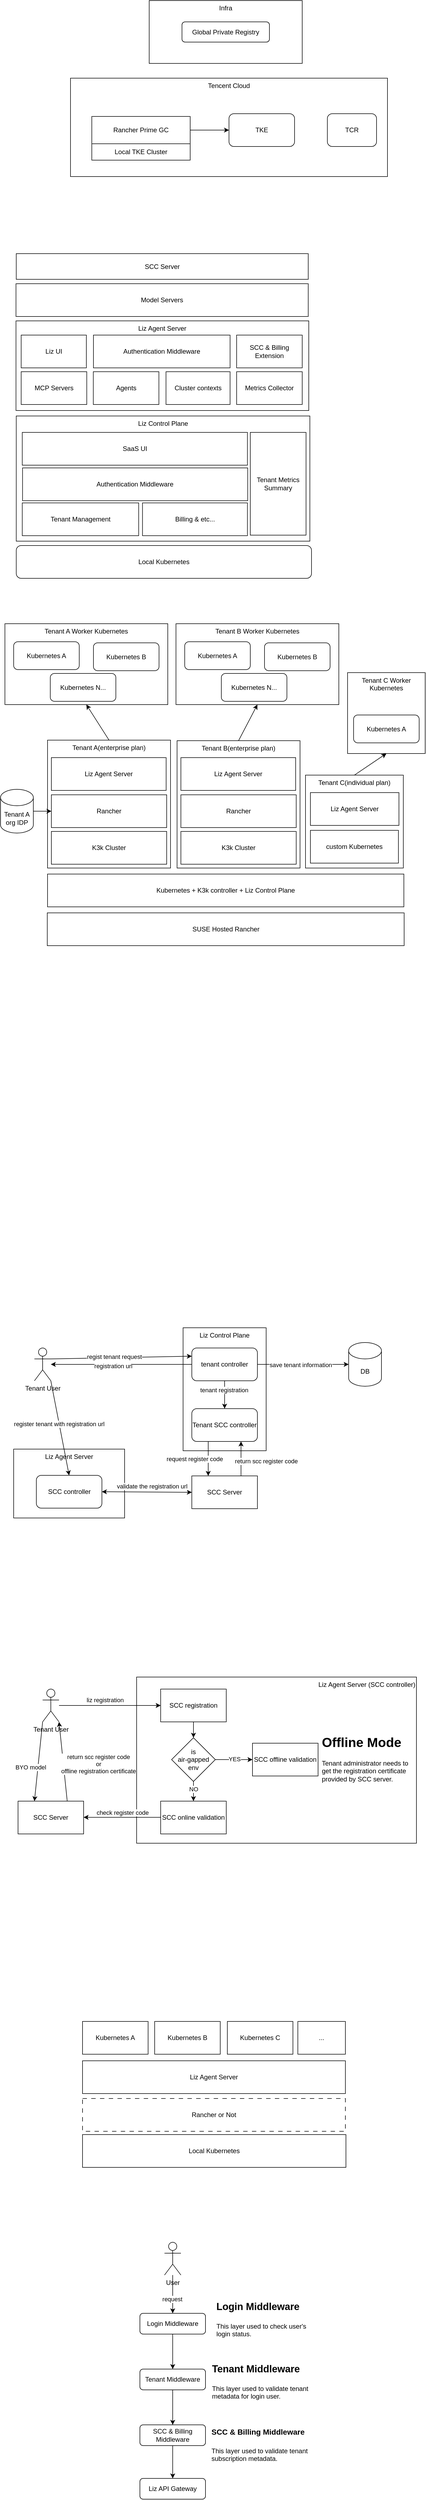
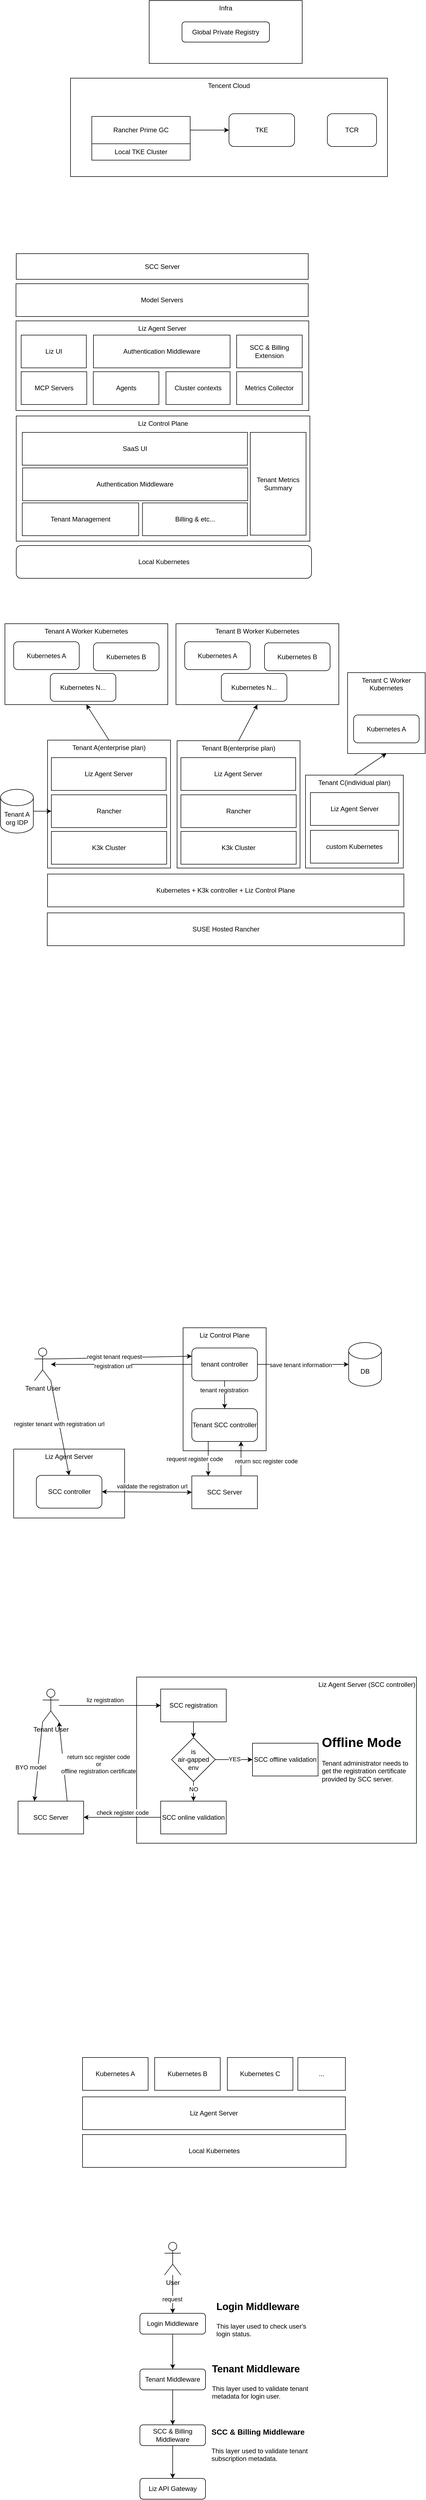
<mxfile host="app.diagrams.net">
  <diagram name="第 1 页" id="-o6fkq58jc32N0mm90GY">
-     <mxGraphModel dx="943" dy="554" grid="0" gridSize="10" guides="1" tooltips="1" connect="1" arrows="1" fold="1" page="1" pageScale="1" pageWidth="827" pageHeight="1169" math="0" shadow="0">
+     <mxGraphModel dx="611" dy="373" grid="0" gridSize="10" guides="1" tooltips="1" connect="1" arrows="1" fold="1" page="1" pageScale="1" pageWidth="827" pageHeight="1169" math="0" shadow="0">
      <root>
        <mxCell id="0" />
        <mxCell id="1" parent="0" />
        <mxCell id="UOzjFvlssb82cC_UnOf5-128" parent="1" style="rounded=0;whiteSpace=wrap;html=1;verticalAlign=top;align=right;" value="Liz Agent Server (SCC controller)" vertex="1">
          <mxGeometry height="304" width="512" x="261" y="3155" as="geometry" />
        </mxCell>
        <mxCell id="UOzjFvlssb82cC_UnOf5-105" parent="1" style="rounded=0;whiteSpace=wrap;html=1;verticalAlign=top;" value="Liz Control Plane" vertex="1">
          <mxGeometry height="225" width="152" x="346" y="2516" as="geometry" />
        </mxCell>
        <mxCell id="UOzjFvlssb82cC_UnOf5-2" parent="1" style="rounded=0;whiteSpace=wrap;html=1;verticalAlign=top;" value="Liz Control Plane" vertex="1">
          <mxGeometry height="229" width="537.25" x="40.75" y="848" as="geometry" />
        </mxCell>
        <mxCell id="UOzjFvlssb82cC_UnOf5-28" parent="1" style="rounded=0;whiteSpace=wrap;html=1;verticalAlign=top;" value="Tenant A Worker Kubernetes" vertex="1">
          <mxGeometry height="148" width="298" x="20" y="1228" as="geometry" />
        </mxCell>
        <mxCell id="HVzKjzn857pLYwHyIbN3-3" parent="1" style="rounded=0;whiteSpace=wrap;html=1;verticalAlign=top;" value="Tencent Cloud" vertex="1">
          <mxGeometry height="180" width="580" x="140" y="230" as="geometry" />
        </mxCell>
        <mxCell id="HVzKjzn857pLYwHyIbN3-6" parent="1" style="rounded=0;whiteSpace=wrap;html=1;verticalAlign=top;" value="Infra" vertex="1">
          <mxGeometry height="115" width="280" x="284" y="88" as="geometry" />
        </mxCell>
        <mxCell id="HVzKjzn857pLYwHyIbN3-1" parent="1" style="rounded=0;whiteSpace=wrap;html=1;" value="Rancher Prime GC" vertex="1">
          <mxGeometry height="50" width="180" x="179" y="300" as="geometry" />
        </mxCell>
        <mxCell id="HVzKjzn857pLYwHyIbN3-2" parent="1" style="rounded=1;whiteSpace=wrap;html=1;" value="Global Private Registry" vertex="1">
          <mxGeometry height="37" width="160" x="344" y="127" as="geometry" />
        </mxCell>
        <mxCell id="HVzKjzn857pLYwHyIbN3-4" parent="1" style="rounded=1;whiteSpace=wrap;html=1;" value="TKE" vertex="1">
          <mxGeometry height="60" width="120" x="430" y="295" as="geometry" />
        </mxCell>
        <mxCell id="HVzKjzn857pLYwHyIbN3-5" parent="1" style="rounded=1;whiteSpace=wrap;html=1;" value="TCR" vertex="1">
          <mxGeometry height="60" width="90" x="610" y="295" as="geometry" />
        </mxCell>
        <mxCell id="HVzKjzn857pLYwHyIbN3-7" parent="1" style="rounded=0;whiteSpace=wrap;html=1;" value="Local TKE Cluster" vertex="1">
          <mxGeometry height="30" width="180" x="179" y="350" as="geometry" />
        </mxCell>
        <mxCell id="HVzKjzn857pLYwHyIbN3-10" edge="1" parent="1" source="HVzKjzn857pLYwHyIbN3-1" style="endArrow=classic;html=1;rounded=0;exitX=1;exitY=0.5;exitDx=0;exitDy=0;entryX=0;entryY=0.5;entryDx=0;entryDy=0;" target="HVzKjzn857pLYwHyIbN3-4" value="">
          <mxGeometry height="50" relative="1" width="50" as="geometry">
            <mxPoint x="320" y="330" as="sourcePoint" />
            <mxPoint x="370" y="280" as="targetPoint" />
          </mxGeometry>
        </mxCell>
        <mxCell id="UOzjFvlssb82cC_UnOf5-1" parent="1" style="rounded=0;whiteSpace=wrap;html=1;" value="SaaS UI" vertex="1">
          <mxGeometry height="60" width="412" x="51.75" y="878" as="geometry" />
        </mxCell>
        <mxCell id="UOzjFvlssb82cC_UnOf5-3" parent="1" style="rounded=0;whiteSpace=wrap;html=1;" value="Authentication Middleware" vertex="1">
          <mxGeometry height="60" width="412" x="52.25" y="943" as="geometry" />
        </mxCell>
        <mxCell id="UOzjFvlssb82cC_UnOf5-4" parent="1" style="rounded=1;whiteSpace=wrap;html=1;" value="Local Kubernetes" vertex="1">
          <mxGeometry height="60" width="540.25" x="40.75" y="1085" as="geometry" />
        </mxCell>
        <mxCell id="UOzjFvlssb82cC_UnOf5-13" parent="1" style="rounded=0;whiteSpace=wrap;html=1;" value="SUSE Hosted Rancher" vertex="1">
          <mxGeometry height="60" width="653" x="97.5" y="1757" as="geometry" />
        </mxCell>
        <mxCell id="UOzjFvlssb82cC_UnOf5-14" parent="1" style="rounded=0;whiteSpace=wrap;html=1;" value="Kubernetes + K3k controller + Liz Control Plane" vertex="1">
          <mxGeometry height="60" width="652" x="98" y="1686" as="geometry" />
        </mxCell>
        <mxCell id="UOzjFvlssb82cC_UnOf5-15" parent="1" style="rounded=0;whiteSpace=wrap;html=1;verticalAlign=top;" value="Tenant A(enterprise plan)" vertex="1">
          <mxGeometry height="234" width="225" x="98" y="1441" as="geometry" />
        </mxCell>
        <mxCell id="UOzjFvlssb82cC_UnOf5-16" parent="1" style="rounded=0;whiteSpace=wrap;html=1;" value="K3k Cluster" vertex="1">
          <mxGeometry height="60" width="211" x="105" y="1608" as="geometry" />
        </mxCell>
        <mxCell id="UOzjFvlssb82cC_UnOf5-17" parent="1" style="rounded=0;whiteSpace=wrap;html=1;" value="Rancher" vertex="1">
          <mxGeometry height="60" width="211" x="105" y="1541" as="geometry" />
        </mxCell>
        <mxCell id="UOzjFvlssb82cC_UnOf5-18" parent="1" style="rounded=0;whiteSpace=wrap;html=1;verticalAlign=top;" value="Tenant B(enterprise plan)" vertex="1">
          <mxGeometry height="233" width="225" x="335" y="1442" as="geometry" />
        </mxCell>
        <mxCell id="UOzjFvlssb82cC_UnOf5-19" parent="1" style="rounded=0;whiteSpace=wrap;html=1;" value="K3k Cluster" vertex="1">
          <mxGeometry height="60" width="211" x="342" y="1608" as="geometry" />
        </mxCell>
        <mxCell id="UOzjFvlssb82cC_UnOf5-20" parent="1" style="rounded=0;whiteSpace=wrap;html=1;" value="Rancher" vertex="1">
          <mxGeometry height="60" width="211" x="342" y="1541" as="geometry" />
        </mxCell>
        <mxCell id="UOzjFvlssb82cC_UnOf5-21" parent="1" style="rounded=0;whiteSpace=wrap;html=1;verticalAlign=top;" value="Tenant C(individual plan)" vertex="1">
          <mxGeometry height="170" width="179" x="570" y="1505" as="geometry" />
        </mxCell>
        <mxCell id="UOzjFvlssb82cC_UnOf5-22" parent="1" style="rounded=0;whiteSpace=wrap;html=1;" value="Liz Agent Server" vertex="1">
          <mxGeometry height="60" width="210" x="105" y="1473" as="geometry" />
        </mxCell>
        <mxCell id="UOzjFvlssb82cC_UnOf5-23" parent="1" style="rounded=0;whiteSpace=wrap;html=1;" value="Liz Agent Server" vertex="1">
          <mxGeometry height="60" width="210" x="342" y="1473" as="geometry" />
        </mxCell>
        <mxCell id="UOzjFvlssb82cC_UnOf5-24" parent="1" style="rounded=0;whiteSpace=wrap;html=1;" value="custom Kubernetes" vertex="1">
          <mxGeometry height="60" width="161" x="579" y="1606" as="geometry" />
        </mxCell>
        <mxCell id="UOzjFvlssb82cC_UnOf5-25" parent="1" style="rounded=0;whiteSpace=wrap;html=1;" value="Liz Agent Server" vertex="1">
          <mxGeometry height="60" width="162" x="579" y="1537" as="geometry" />
        </mxCell>
        <mxCell id="UOzjFvlssb82cC_UnOf5-26" parent="1" style="rounded=1;whiteSpace=wrap;html=1;" value="Kubernetes A" vertex="1">
          <mxGeometry height="51" width="120" x="36" y="1261" as="geometry" />
        </mxCell>
        <mxCell id="UOzjFvlssb82cC_UnOf5-27" parent="1" style="rounded=1;whiteSpace=wrap;html=1;" value="Kubernetes B" vertex="1">
          <mxGeometry height="51" width="120" x="182" y="1263" as="geometry" />
        </mxCell>
        <mxCell id="UOzjFvlssb82cC_UnOf5-29" parent="1" style="rounded=1;whiteSpace=wrap;html=1;" value="Kubernetes N..." vertex="1">
          <mxGeometry height="51" width="120" x="103" y="1319" as="geometry" />
        </mxCell>
        <mxCell id="UOzjFvlssb82cC_UnOf5-30" parent="1" style="rounded=0;whiteSpace=wrap;html=1;verticalAlign=top;" value="Tenant B Worker Kubernetes" vertex="1">
          <mxGeometry height="148" width="298" x="333" y="1228" as="geometry" />
        </mxCell>
        <mxCell id="UOzjFvlssb82cC_UnOf5-31" parent="1" style="rounded=1;whiteSpace=wrap;html=1;" value="Kubernetes A" vertex="1">
          <mxGeometry height="51" width="120" x="349" y="1261" as="geometry" />
        </mxCell>
        <mxCell id="UOzjFvlssb82cC_UnOf5-32" parent="1" style="rounded=1;whiteSpace=wrap;html=1;" value="Kubernetes B" vertex="1">
          <mxGeometry height="51" width="120" x="495" y="1263" as="geometry" />
        </mxCell>
        <mxCell id="UOzjFvlssb82cC_UnOf5-33" parent="1" style="rounded=1;whiteSpace=wrap;html=1;" value="Kubernetes N..." vertex="1">
          <mxGeometry height="51" width="120" x="416" y="1319" as="geometry" />
        </mxCell>
        <mxCell id="UOzjFvlssb82cC_UnOf5-34" parent="1" style="rounded=0;whiteSpace=wrap;html=1;verticalAlign=top;" value="Tenant C Worker Kubernetes" vertex="1">
          <mxGeometry height="148" width="142" x="647" y="1317.5" as="geometry" />
        </mxCell>
        <mxCell id="UOzjFvlssb82cC_UnOf5-35" parent="1" style="rounded=1;whiteSpace=wrap;html=1;" value="Kubernetes A" vertex="1">
          <mxGeometry height="51" width="120" x="658" y="1395" as="geometry" />
        </mxCell>
        <mxCell id="UOzjFvlssb82cC_UnOf5-36" parent="1" style="shape=cylinder3;whiteSpace=wrap;html=1;boundedLbl=1;backgroundOutline=1;size=15;" value="Tenant A org IDP" vertex="1">
          <mxGeometry height="80" width="60" x="12" y="1531" as="geometry" />
        </mxCell>
        <mxCell id="UOzjFvlssb82cC_UnOf5-37" edge="1" parent="1" source="UOzjFvlssb82cC_UnOf5-36" style="endArrow=classic;html=1;rounded=0;exitX=1;exitY=0.5;exitDx=0;exitDy=0;exitPerimeter=0;entryX=0;entryY=0.5;entryDx=0;entryDy=0;" target="UOzjFvlssb82cC_UnOf5-17" value="">
          <mxGeometry height="50" relative="1" width="50" as="geometry">
            <mxPoint x="84" y="1510" as="sourcePoint" />
            <mxPoint x="134" y="1460" as="targetPoint" />
          </mxGeometry>
        </mxCell>
        <mxCell id="UOzjFvlssb82cC_UnOf5-38" edge="1" parent="1" source="UOzjFvlssb82cC_UnOf5-15" style="endArrow=classic;html=1;rounded=0;exitX=0.5;exitY=0;exitDx=0;exitDy=0;entryX=0.5;entryY=1;entryDx=0;entryDy=0;" target="UOzjFvlssb82cC_UnOf5-28" value="">
          <mxGeometry height="50" relative="1" width="50" as="geometry">
            <mxPoint x="28" y="1479" as="sourcePoint" />
            <mxPoint x="78" y="1429" as="targetPoint" />
          </mxGeometry>
        </mxCell>
        <mxCell id="UOzjFvlssb82cC_UnOf5-39" edge="1" parent="1" source="UOzjFvlssb82cC_UnOf5-18" style="endArrow=classic;html=1;rounded=0;exitX=0.5;exitY=0;exitDx=0;exitDy=0;entryX=0.5;entryY=1;entryDx=0;entryDy=0;" target="UOzjFvlssb82cC_UnOf5-30" value="">
          <mxGeometry height="50" relative="1" width="50" as="geometry">
            <mxPoint x="444" y="1428" as="sourcePoint" />
            <mxPoint x="494" y="1378" as="targetPoint" />
          </mxGeometry>
        </mxCell>
        <mxCell id="UOzjFvlssb82cC_UnOf5-40" edge="1" parent="1" source="UOzjFvlssb82cC_UnOf5-21" style="endArrow=classic;html=1;rounded=0;exitX=0.5;exitY=0;exitDx=0;exitDy=0;entryX=0.5;entryY=1;entryDx=0;entryDy=0;" target="UOzjFvlssb82cC_UnOf5-34" value="">
          <mxGeometry height="50" relative="1" width="50" as="geometry">
            <mxPoint x="797" y="1561" as="sourcePoint" />
            <mxPoint x="847" y="1511" as="targetPoint" />
          </mxGeometry>
        </mxCell>
        <mxCell id="UOzjFvlssb82cC_UnOf5-45" parent="1" style="rounded=0;whiteSpace=wrap;html=1;" value="Tenant Management" vertex="1">
          <mxGeometry height="60" width="213" x="51.75" y="1007" as="geometry" />
        </mxCell>
        <mxCell id="UOzjFvlssb82cC_UnOf5-46" parent="1" style="rounded=0;whiteSpace=wrap;html=1;" value="Billing &amp;amp; etc..." vertex="1">
          <mxGeometry height="60" width="192" x="271.75" y="1007" as="geometry" />
        </mxCell>
        <mxCell id="UOzjFvlssb82cC_UnOf5-47" parent="1" style="rounded=0;whiteSpace=wrap;html=1;verticalAlign=top;" value="Liz Agent Server" vertex="1">
          <mxGeometry height="164" width="535.75" x="40.25" y="674" as="geometry" />
        </mxCell>
        <mxCell id="UOzjFvlssb82cC_UnOf5-48" parent="1" style="rounded=0;whiteSpace=wrap;html=1;" value="MCP Servers" vertex="1">
          <mxGeometry height="60" width="120" x="49.75" y="767" as="geometry" />
        </mxCell>
        <mxCell id="UOzjFvlssb82cC_UnOf5-49" parent="1" style="rounded=0;whiteSpace=wrap;html=1;" value="Agents" vertex="1">
          <mxGeometry height="60" width="120" x="181.75" y="767" as="geometry" />
        </mxCell>
        <mxCell id="UOzjFvlssb82cC_UnOf5-50" parent="1" style="rounded=0;whiteSpace=wrap;html=1;" value="Cluster contexts" vertex="1">
          <mxGeometry height="60" width="117.25" x="314.75" y="767" as="geometry" />
        </mxCell>
        <mxCell id="UOzjFvlssb82cC_UnOf5-51" parent="1" style="rounded=0;whiteSpace=wrap;html=1;" value="Model Servers" vertex="1">
          <mxGeometry height="60" width="534.75" x="40.25" y="606" as="geometry" />
        </mxCell>
        <mxCell id="UOzjFvlssb82cC_UnOf5-52" parent="1" style="rounded=0;whiteSpace=wrap;html=1;" value="Local Kubernetes" vertex="1">
          <mxGeometry height="60" width="482" x="162" y="3992" as="geometry" />
        </mxCell>
        <mxCell id="UOzjFvlssb82cC_UnOf5-54" parent="1" style="rounded=0;whiteSpace=wrap;html=1;" value="Liz Agent Server" vertex="1">
-           <mxGeometry height="60" width="481" x="162" y="3857" as="geometry" />
-         </mxCell>
-         <mxCell id="UOzjFvlssb82cC_UnOf5-55" parent="1" style="rounded=0;whiteSpace=wrap;html=1;dashed=1;dashPattern=8 8;" value="Rancher or Not" vertex="1">
-           <mxGeometry height="60" width="481" x="162" y="3926" as="geometry" />
+           <mxGeometry height="60" width="481" x="162" y="3923" as="geometry" />
        </mxCell>
        <mxCell id="UOzjFvlssb82cC_UnOf5-56" parent="1" style="rounded=0;whiteSpace=wrap;html=1;" value="Kubernetes A" vertex="1">
-           <mxGeometry height="60" width="120" x="162" y="3785" as="geometry" />
+           <mxGeometry height="60" width="120" x="162" y="3851" as="geometry" />
        </mxCell>
        <mxCell id="UOzjFvlssb82cC_UnOf5-57" parent="1" style="rounded=0;whiteSpace=wrap;html=1;" value="Kubernetes B" vertex="1">
-           <mxGeometry height="60" width="120" x="294" y="3785" as="geometry" />
+           <mxGeometry height="60" width="120" x="294" y="3851" as="geometry" />
        </mxCell>
        <mxCell id="UOzjFvlssb82cC_UnOf5-58" parent="1" style="rounded=0;whiteSpace=wrap;html=1;" value="Kubernetes C" vertex="1">
-           <mxGeometry height="60" width="120" x="427" y="3785" as="geometry" />
+           <mxGeometry height="60" width="120" x="427" y="3851" as="geometry" />
        </mxCell>
        <mxCell id="UOzjFvlssb82cC_UnOf5-59" parent="1" style="rounded=0;whiteSpace=wrap;html=1;" value="..." vertex="1">
-           <mxGeometry height="60" width="87" x="556" y="3785" as="geometry" />
+           <mxGeometry height="60" width="87" x="556" y="3851" as="geometry" />
        </mxCell>
        <mxCell id="UOzjFvlssb82cC_UnOf5-61" parent="1" style="shape=umlActor;verticalLabelPosition=bottom;verticalAlign=top;html=1;outlineConnect=0;" value="Tenant User" vertex="1">
          <mxGeometry height="60" width="30" x="74" y="2553" as="geometry" />
        </mxCell>
        <mxCell id="UOzjFvlssb82cC_UnOf5-63" parent="1" style="rounded=1;whiteSpace=wrap;html=1;" value="tenant controller" vertex="1">
          <mxGeometry height="60" width="120" x="362" y="2553" as="geometry" />
        </mxCell>
        <mxCell id="UOzjFvlssb82cC_UnOf5-64" parent="1" style="shape=cylinder3;whiteSpace=wrap;html=1;boundedLbl=1;backgroundOutline=1;size=15;" value="DB" vertex="1">
          <mxGeometry height="80" width="60" x="649" y="2543" as="geometry" />
        </mxCell>
        <mxCell id="UOzjFvlssb82cC_UnOf5-66" edge="1" parent="1" source="UOzjFvlssb82cC_UnOf5-61" style="endArrow=classic;html=1;rounded=0;exitX=1;exitY=0.3333333333333333;exitDx=0;exitDy=0;exitPerimeter=0;entryX=0;entryY=0.25;entryDx=0;entryDy=0;" target="UOzjFvlssb82cC_UnOf5-63" value="">
          <mxGeometry height="50" relative="1" width="50" as="geometry">
            <mxPoint x="136" y="2549" as="sourcePoint" />
            <mxPoint x="198" y="2568" as="targetPoint" />
          </mxGeometry>
        </mxCell>
        <mxCell id="UOzjFvlssb82cC_UnOf5-67" connectable="0" parent="UOzjFvlssb82cC_UnOf5-66" style="edgeLabel;html=1;align=center;verticalAlign=middle;resizable=0;points=[];" value="regist tenant request" vertex="1">
          <mxGeometry relative="1" x="-0.3372" y="3" as="geometry">
            <mxPoint x="30" as="offset" />
          </mxGeometry>
        </mxCell>
        <mxCell id="UOzjFvlssb82cC_UnOf5-69" edge="1" parent="1" source="UOzjFvlssb82cC_UnOf5-63" style="endArrow=classic;html=1;rounded=0;exitX=1;exitY=0.5;exitDx=0;exitDy=0;entryX=0;entryY=0.5;entryDx=0;entryDy=0;entryPerimeter=0;" target="UOzjFvlssb82cC_UnOf5-64" value="">
          <mxGeometry height="50" relative="1" width="50" as="geometry">
            <mxPoint x="608" y="2580" as="sourcePoint" />
            <mxPoint x="658" y="2530" as="targetPoint" />
          </mxGeometry>
        </mxCell>
        <mxCell id="UOzjFvlssb82cC_UnOf5-70" connectable="0" parent="UOzjFvlssb82cC_UnOf5-69" style="edgeLabel;html=1;align=center;verticalAlign=middle;resizable=0;points=[];" value="save tenant information" vertex="1">
          <mxGeometry relative="1" x="-0.2062" y="-1" as="geometry">
            <mxPoint x="12" as="offset" />
          </mxGeometry>
        </mxCell>
        <mxCell id="UOzjFvlssb82cC_UnOf5-76" edge="1" parent="1" source="UOzjFvlssb82cC_UnOf5-63" style="endArrow=classic;html=1;rounded=0;exitX=0;exitY=0.5;exitDx=0;exitDy=0;" target="UOzjFvlssb82cC_UnOf5-61" value="">
          <mxGeometry height="50" relative="1" width="50" as="geometry">
            <mxPoint x="198" y="2598" as="sourcePoint" />
            <mxPoint x="128" y="2681" as="targetPoint" />
          </mxGeometry>
        </mxCell>
        <mxCell id="UOzjFvlssb82cC_UnOf5-77" connectable="0" parent="UOzjFvlssb82cC_UnOf5-76" style="edgeLabel;html=1;align=center;verticalAlign=middle;resizable=0;points=[];" value="registration url" vertex="1">
          <mxGeometry relative="1" x="0.2269" y="2" as="geometry">
            <mxPoint x="14" y="1" as="offset" />
          </mxGeometry>
        </mxCell>
        <mxCell id="UOzjFvlssb82cC_UnOf5-78" parent="1" style="rounded=0;whiteSpace=wrap;html=1;verticalAlign=middle;" value="SCC Server" vertex="1">
          <mxGeometry height="47" width="534.25" x="40.75" y="551" as="geometry" />
        </mxCell>
        <mxCell id="UOzjFvlssb82cC_UnOf5-80" parent="1" style="rounded=0;whiteSpace=wrap;html=1;" value="Metrics Collector" vertex="1">
          <mxGeometry height="60" width="120" x="444" y="767" as="geometry" />
        </mxCell>
        <mxCell id="UOzjFvlssb82cC_UnOf5-81" parent="1" style="rounded=0;whiteSpace=wrap;html=1;" value="Tenant Metrics Summary" vertex="1">
          <mxGeometry height="188" width="102" x="469" y="878" as="geometry" />
        </mxCell>
        <mxCell id="UOzjFvlssb82cC_UnOf5-82" parent="1" style="rounded=0;whiteSpace=wrap;html=1;" value="Liz UI" vertex="1">
          <mxGeometry height="60" width="119.25" x="49.75" y="700" as="geometry" />
        </mxCell>
        <mxCell id="UOzjFvlssb82cC_UnOf5-83" parent="1" style="rounded=0;whiteSpace=wrap;html=1;" value="SCC &amp;amp; Billing Extension" vertex="1">
          <mxGeometry height="60" width="120" x="444" y="700" as="geometry" />
        </mxCell>
        <mxCell id="UOzjFvlssb82cC_UnOf5-85" parent="1" style="rounded=1;whiteSpace=wrap;html=1;" value="Tenant SCC controller" vertex="1">
          <mxGeometry height="60" width="120" x="362" y="2664" as="geometry" />
        </mxCell>
        <mxCell id="UOzjFvlssb82cC_UnOf5-86" edge="1" parent="1" source="UOzjFvlssb82cC_UnOf5-63" style="endArrow=classic;html=1;rounded=0;exitX=0.5;exitY=1;exitDx=0;exitDy=0;entryX=0.5;entryY=0;entryDx=0;entryDy=0;" target="UOzjFvlssb82cC_UnOf5-85" value="">
          <mxGeometry height="50" relative="1" width="50" as="geometry">
            <mxPoint x="523" y="2675" as="sourcePoint" />
            <mxPoint x="573" y="2625" as="targetPoint" />
          </mxGeometry>
        </mxCell>
        <mxCell id="UOzjFvlssb82cC_UnOf5-87" connectable="0" parent="UOzjFvlssb82cC_UnOf5-86" style="edgeLabel;html=1;align=center;verticalAlign=middle;resizable=0;points=[];" value="tenant registration" vertex="1">
          <mxGeometry relative="1" x="-0.3333" y="-1" as="geometry">
            <mxPoint as="offset" />
          </mxGeometry>
        </mxCell>
        <mxCell id="UOzjFvlssb82cC_UnOf5-88" parent="1" style="rounded=0;whiteSpace=wrap;html=1;" value="SCC Server" vertex="1">
          <mxGeometry height="60" width="120" x="362" y="2787" as="geometry" />
        </mxCell>
        <mxCell id="UOzjFvlssb82cC_UnOf5-89" edge="1" parent="1" source="UOzjFvlssb82cC_UnOf5-85" style="endArrow=classic;html=1;rounded=0;exitX=0.25;exitY=1;exitDx=0;exitDy=0;entryX=0.25;entryY=0;entryDx=0;entryDy=0;" target="UOzjFvlssb82cC_UnOf5-88" value="">
          <mxGeometry height="50" relative="1" width="50" as="geometry">
            <mxPoint x="516" y="2754" as="sourcePoint" />
            <mxPoint x="566" y="2704" as="targetPoint" />
          </mxGeometry>
        </mxCell>
        <mxCell id="UOzjFvlssb82cC_UnOf5-90" connectable="0" parent="UOzjFvlssb82cC_UnOf5-89" style="edgeLabel;html=1;align=center;verticalAlign=middle;resizable=0;points=[];" value="request register code" vertex="1">
          <mxGeometry relative="1" x="-0.2698" y="-1" as="geometry">
            <mxPoint x="-24" y="9" as="offset" />
          </mxGeometry>
        </mxCell>
        <mxCell id="UOzjFvlssb82cC_UnOf5-91" edge="1" parent="1" source="UOzjFvlssb82cC_UnOf5-88" style="endArrow=classic;html=1;rounded=0;exitX=0.75;exitY=0;exitDx=0;exitDy=0;entryX=0.75;entryY=1;entryDx=0;entryDy=0;" target="UOzjFvlssb82cC_UnOf5-85" value="">
          <mxGeometry height="50" relative="1" width="50" as="geometry">
            <mxPoint x="524" y="2781" as="sourcePoint" />
            <mxPoint x="574" y="2731" as="targetPoint" />
          </mxGeometry>
        </mxCell>
        <mxCell id="UOzjFvlssb82cC_UnOf5-92" connectable="0" parent="UOzjFvlssb82cC_UnOf5-91" style="edgeLabel;html=1;align=center;verticalAlign=middle;resizable=0;points=[];" value="return scc register code" vertex="1">
          <mxGeometry relative="1" x="-0.2381" y="-1" as="geometry">
            <mxPoint x="45" y="-3" as="offset" />
          </mxGeometry>
        </mxCell>
        <mxCell id="UOzjFvlssb82cC_UnOf5-102" edge="1" parent="1" source="UOzjFvlssb82cC_UnOf5-93" style="edgeStyle=orthogonalEdgeStyle;rounded=0;orthogonalLoop=1;jettySize=auto;html=1;entryX=0;entryY=0.5;entryDx=0;entryDy=0;" target="UOzjFvlssb82cC_UnOf5-104" value="">
          <mxGeometry relative="1" as="geometry">
            <mxPoint x="260" y="3207" as="targetPoint" />
          </mxGeometry>
        </mxCell>
        <mxCell id="UOzjFvlssb82cC_UnOf5-103" connectable="0" parent="UOzjFvlssb82cC_UnOf5-102" style="edgeLabel;html=1;align=center;verticalAlign=middle;resizable=0;points=[];" value="liz registration" vertex="1">
          <mxGeometry relative="1" x="-0.2547" y="-2" as="geometry">
            <mxPoint x="14" y="-12" as="offset" />
          </mxGeometry>
        </mxCell>
        <mxCell id="UOzjFvlssb82cC_UnOf5-93" parent="1" style="shape=umlActor;verticalLabelPosition=bottom;verticalAlign=top;html=1;outlineConnect=0;" value="Tenant User" vertex="1">
          <mxGeometry height="60" width="30" x="89" y="3177" as="geometry" />
        </mxCell>
        <mxCell id="UOzjFvlssb82cC_UnOf5-95" parent="1" style="rounded=0;whiteSpace=wrap;html=1;" value="SCC Server" vertex="1">
          <mxGeometry height="60" width="120" x="44" y="3382" as="geometry" />
        </mxCell>
        <mxCell id="UOzjFvlssb82cC_UnOf5-97" edge="1" parent="1" source="UOzjFvlssb82cC_UnOf5-93" style="endArrow=classic;html=1;rounded=0;exitX=0;exitY=1;exitDx=0;exitDy=0;exitPerimeter=0;entryX=0.25;entryY=0;entryDx=0;entryDy=0;" target="UOzjFvlssb82cC_UnOf5-95" value="">
          <mxGeometry height="50" relative="1" width="50" as="geometry">
            <mxPoint x="58" y="3332" as="sourcePoint" />
            <mxPoint x="108" y="3282" as="targetPoint" />
          </mxGeometry>
        </mxCell>
        <mxCell id="UOzjFvlssb82cC_UnOf5-98" connectable="0" parent="UOzjFvlssb82cC_UnOf5-97" style="edgeLabel;html=1;align=center;verticalAlign=middle;resizable=0;points=[];" value="BYO model" vertex="1">
          <mxGeometry relative="1" x="0.2041" y="-1" as="geometry">
            <mxPoint x="-12" y="-5" as="offset" />
          </mxGeometry>
        </mxCell>
        <mxCell id="UOzjFvlssb82cC_UnOf5-99" edge="1" parent="1" source="UOzjFvlssb82cC_UnOf5-95" style="endArrow=classic;html=1;rounded=0;exitX=0.75;exitY=0;exitDx=0;exitDy=0;entryX=1;entryY=1;entryDx=0;entryDy=0;entryPerimeter=0;" target="UOzjFvlssb82cC_UnOf5-93" value="">
          <mxGeometry height="50" relative="1" width="50" as="geometry">
            <mxPoint x="162" y="3352" as="sourcePoint" />
            <mxPoint x="212" y="3302" as="targetPoint" />
          </mxGeometry>
        </mxCell>
        <mxCell id="UOzjFvlssb82cC_UnOf5-100" connectable="0" parent="UOzjFvlssb82cC_UnOf5-99" style="edgeLabel;html=1;align=center;verticalAlign=middle;resizable=0;points=[];" value="return scc register code&lt;div&gt;or&lt;/div&gt;&lt;div&gt;offline registration certificate&lt;/div&gt;" vertex="1">
          <mxGeometry relative="1" x="0.1033" as="geometry">
            <mxPoint x="65" y="12" as="offset" />
          </mxGeometry>
        </mxCell>
        <mxCell id="UOzjFvlssb82cC_UnOf5-116" edge="1" parent="1" source="UOzjFvlssb82cC_UnOf5-104" style="edgeStyle=orthogonalEdgeStyle;rounded=0;orthogonalLoop=1;jettySize=auto;html=1;" target="UOzjFvlssb82cC_UnOf5-115" value="">
          <mxGeometry relative="1" as="geometry" />
        </mxCell>
        <mxCell id="UOzjFvlssb82cC_UnOf5-104" parent="1" style="rounded=0;whiteSpace=wrap;html=1;" value="SCC registration" vertex="1">
          <mxGeometry height="60" width="120" x="305" y="3177" as="geometry" />
        </mxCell>
        <mxCell id="UOzjFvlssb82cC_UnOf5-106" parent="1" style="rounded=0;whiteSpace=wrap;html=1;verticalAlign=top;" value="Liz Agent Server" vertex="1">
          <mxGeometry height="126" width="203" x="36" y="2738" as="geometry" />
        </mxCell>
        <mxCell id="UOzjFvlssb82cC_UnOf5-108" parent="1" style="rounded=1;whiteSpace=wrap;html=1;" value="SCC controller" vertex="1">
          <mxGeometry height="60" width="120" x="77.5" y="2786" as="geometry" />
        </mxCell>
        <mxCell id="UOzjFvlssb82cC_UnOf5-109" edge="1" parent="1" source="UOzjFvlssb82cC_UnOf5-61" style="endArrow=classic;html=1;rounded=0;exitX=1;exitY=1;exitDx=0;exitDy=0;exitPerimeter=0;entryX=0.5;entryY=0;entryDx=0;entryDy=0;" target="UOzjFvlssb82cC_UnOf5-108" value="">
          <mxGeometry height="50" relative="1" width="50" as="geometry">
            <mxPoint x="131" y="2702" as="sourcePoint" />
            <mxPoint x="181" y="2652" as="targetPoint" />
          </mxGeometry>
        </mxCell>
        <mxCell id="UOzjFvlssb82cC_UnOf5-110" connectable="0" parent="UOzjFvlssb82cC_UnOf5-109" style="edgeLabel;html=1;align=center;verticalAlign=middle;resizable=0;points=[];" value="register tenant with registration url" vertex="1">
          <mxGeometry relative="1" x="0.1109" y="-2" as="geometry">
            <mxPoint x="-2" y="-18" as="offset" />
          </mxGeometry>
        </mxCell>
        <mxCell id="UOzjFvlssb82cC_UnOf5-112" edge="1" parent="1" source="UOzjFvlssb82cC_UnOf5-108" style="endArrow=classic;startArrow=classic;html=1;rounded=0;exitX=1;exitY=0.5;exitDx=0;exitDy=0;entryX=0;entryY=0.5;entryDx=0;entryDy=0;" target="UOzjFvlssb82cC_UnOf5-88" value="">
          <mxGeometry height="50" relative="1" width="50" as="geometry">
            <mxPoint x="284" y="2828" as="sourcePoint" />
            <mxPoint x="334" y="2778" as="targetPoint" />
          </mxGeometry>
        </mxCell>
        <mxCell id="UOzjFvlssb82cC_UnOf5-113" connectable="0" parent="UOzjFvlssb82cC_UnOf5-112" style="edgeLabel;html=1;align=center;verticalAlign=middle;resizable=0;points=[];" value="validate the registration url" vertex="1">
          <mxGeometry relative="1" x="-0.0627" y="1" as="geometry">
            <mxPoint x="14" y="-10" as="offset" />
          </mxGeometry>
        </mxCell>
        <mxCell id="UOzjFvlssb82cC_UnOf5-120" edge="1" parent="1" source="UOzjFvlssb82cC_UnOf5-115" style="edgeStyle=orthogonalEdgeStyle;rounded=0;orthogonalLoop=1;jettySize=auto;html=1;" target="UOzjFvlssb82cC_UnOf5-119" value="">
          <mxGeometry relative="1" as="geometry" />
        </mxCell>
        <mxCell id="UOzjFvlssb82cC_UnOf5-121" connectable="0" parent="UOzjFvlssb82cC_UnOf5-120" style="edgeLabel;html=1;align=center;verticalAlign=middle;resizable=0;points=[];" value="NO" vertex="1">
          <mxGeometry relative="1" x="-0.3727" as="geometry">
            <mxPoint as="offset" />
          </mxGeometry>
        </mxCell>
        <mxCell id="UOzjFvlssb82cC_UnOf5-125" edge="1" parent="1" source="UOzjFvlssb82cC_UnOf5-115" style="edgeStyle=orthogonalEdgeStyle;rounded=0;orthogonalLoop=1;jettySize=auto;html=1;" target="UOzjFvlssb82cC_UnOf5-124" value="">
          <mxGeometry relative="1" as="geometry" />
        </mxCell>
        <mxCell id="UOzjFvlssb82cC_UnOf5-126" connectable="0" parent="UOzjFvlssb82cC_UnOf5-125" style="edgeLabel;html=1;align=center;verticalAlign=middle;resizable=0;points=[];" value="YES" vertex="1">
          <mxGeometry relative="1" x="0.0118" y="1" as="geometry">
            <mxPoint as="offset" />
          </mxGeometry>
        </mxCell>
        <mxCell id="UOzjFvlssb82cC_UnOf5-115" parent="1" style="rhombus;whiteSpace=wrap;html=1;" value="is&lt;div&gt;air-gapped&lt;/div&gt;&lt;div&gt;env&lt;/div&gt;" vertex="1">
          <mxGeometry height="80" width="80" x="325" y="3266" as="geometry" />
        </mxCell>
        <mxCell id="UOzjFvlssb82cC_UnOf5-119" parent="1" style="rounded=0;whiteSpace=wrap;html=1;" value="SCC online validation" vertex="1">
          <mxGeometry height="60" width="120" x="305" y="3382" as="geometry" />
        </mxCell>
        <mxCell id="UOzjFvlssb82cC_UnOf5-122" edge="1" parent="1" style="endArrow=classic;html=1;rounded=0;exitX=0;exitY=0.25;exitDx=0;exitDy=0;entryX=1;entryY=0.25;entryDx=0;entryDy=0;" value="">
          <mxGeometry height="50" relative="1" width="50" as="geometry">
            <mxPoint x="305" y="3411.6" as="sourcePoint" />
            <mxPoint x="164" y="3411.6" as="targetPoint" />
          </mxGeometry>
        </mxCell>
        <mxCell id="UOzjFvlssb82cC_UnOf5-123" connectable="0" parent="UOzjFvlssb82cC_UnOf5-122" style="edgeLabel;html=1;align=center;verticalAlign=middle;resizable=0;points=[];" value="check register code" vertex="1">
          <mxGeometry relative="1" x="0.1688" y="1" as="geometry">
            <mxPoint x="12" y="-10" as="offset" />
          </mxGeometry>
        </mxCell>
        <mxCell id="UOzjFvlssb82cC_UnOf5-124" parent="1" style="rounded=0;whiteSpace=wrap;html=1;" value="SCC offline validation" vertex="1">
          <mxGeometry height="60" width="120" x="473" y="3276" as="geometry" />
        </mxCell>
        <mxCell id="UOzjFvlssb82cC_UnOf5-127" parent="1" style="text;html=1;whiteSpace=wrap;overflow=hidden;rounded=0;" value="&lt;h1 style=&quot;margin-top: 0px;&quot;&gt;Offline Mode&lt;/h1&gt;&lt;p&gt;Tenant administrator needs to get the registration certificate provided by SCC server.&lt;/p&gt;" vertex="1">
          <mxGeometry height="120" width="180" x="598" y="3254" as="geometry" />
        </mxCell>
        <mxCell id="UOzjFvlssb82cC_UnOf5-129" parent="1" style="rounded=0;whiteSpace=wrap;html=1;" value="Authentication Middleware" vertex="1">
          <mxGeometry height="60" width="250" x="182" y="700" as="geometry" />
        </mxCell>
        <mxCell id="UOzjFvlssb82cC_UnOf5-137" edge="1" parent="1" source="UOzjFvlssb82cC_UnOf5-130" style="edgeStyle=orthogonalEdgeStyle;rounded=0;orthogonalLoop=1;jettySize=auto;html=1;" target="UOzjFvlssb82cC_UnOf5-132" value="">
          <mxGeometry relative="1" as="geometry" />
        </mxCell>
        <mxCell id="UOzjFvlssb82cC_UnOf5-130" parent="1" style="rounded=1;whiteSpace=wrap;html=1;" value="Login Middleware" vertex="1">
          <mxGeometry height="38" width="120" x="267" y="4319" as="geometry" />
        </mxCell>
        <mxCell id="UOzjFvlssb82cC_UnOf5-134" edge="1" parent="1" source="UOzjFvlssb82cC_UnOf5-131" style="edgeStyle=orthogonalEdgeStyle;rounded=0;orthogonalLoop=1;jettySize=auto;html=1;" target="UOzjFvlssb82cC_UnOf5-130" value="">
          <mxGeometry relative="1" as="geometry" />
        </mxCell>
        <mxCell id="UOzjFvlssb82cC_UnOf5-135" connectable="0" parent="UOzjFvlssb82cC_UnOf5-134" style="edgeLabel;html=1;align=center;verticalAlign=middle;resizable=0;points=[];" value="request" vertex="1">
          <mxGeometry relative="1" x="0.2459" y="-1" as="geometry">
            <mxPoint as="offset" />
          </mxGeometry>
        </mxCell>
        <mxCell id="UOzjFvlssb82cC_UnOf5-131" parent="1" style="shape=umlActor;verticalLabelPosition=bottom;verticalAlign=top;html=1;outlineConnect=0;" value="User" vertex="1">
          <mxGeometry height="60" width="30" x="312" y="4189" as="geometry" />
        </mxCell>
        <mxCell id="UOzjFvlssb82cC_UnOf5-138" edge="1" parent="1" source="UOzjFvlssb82cC_UnOf5-132" style="edgeStyle=orthogonalEdgeStyle;rounded=0;orthogonalLoop=1;jettySize=auto;html=1;" target="UOzjFvlssb82cC_UnOf5-133" value="">
          <mxGeometry relative="1" as="geometry" />
        </mxCell>
        <mxCell id="UOzjFvlssb82cC_UnOf5-132" parent="1" style="rounded=1;whiteSpace=wrap;html=1;" value="Tenant Middleware" vertex="1">
          <mxGeometry height="38" width="120" x="267" y="4421" as="geometry" />
        </mxCell>
        <mxCell id="UOzjFvlssb82cC_UnOf5-143" edge="1" parent="1" source="UOzjFvlssb82cC_UnOf5-133" style="edgeStyle=orthogonalEdgeStyle;rounded=0;orthogonalLoop=1;jettySize=auto;html=1;" target="UOzjFvlssb82cC_UnOf5-142" value="">
          <mxGeometry relative="1" as="geometry" />
        </mxCell>
        <mxCell id="UOzjFvlssb82cC_UnOf5-133" parent="1" style="rounded=1;whiteSpace=wrap;html=1;" value="SCC &amp;amp; Billing Middleware" vertex="1">
          <mxGeometry height="38" width="120" x="267" y="4523" as="geometry" />
        </mxCell>
        <mxCell id="UOzjFvlssb82cC_UnOf5-139" parent="1" style="text;html=1;whiteSpace=wrap;overflow=hidden;rounded=0;" value="&lt;h1 style=&quot;margin-top: 0px;&quot;&gt;&lt;font style=&quot;font-size: 18px;&quot;&gt;Login Middleware&lt;/font&gt;&lt;/h1&gt;&lt;p&gt;This layer used to check user&#39;s login status.&lt;/p&gt;" vertex="1">
          <mxGeometry height="94" width="180" x="405" y="4284" as="geometry" />
        </mxCell>
        <mxCell id="UOzjFvlssb82cC_UnOf5-140" parent="1" style="text;html=1;whiteSpace=wrap;overflow=hidden;rounded=0;" value="&lt;h1 style=&quot;margin-top: 0px;&quot;&gt;&lt;font style=&quot;font-size: 18px;&quot;&gt;Tenant Middleware&lt;/font&gt;&lt;/h1&gt;&lt;p&gt;This layer used to validate tenant metadata for login user.&lt;/p&gt;" vertex="1">
          <mxGeometry height="94" width="180" x="397" y="4398" as="geometry" />
        </mxCell>
        <mxCell id="UOzjFvlssb82cC_UnOf5-141" parent="1" style="text;html=1;whiteSpace=wrap;overflow=hidden;rounded=0;" value="&lt;h1 style=&quot;margin-top: 0px;&quot;&gt;&lt;font style=&quot;font-size: 14px;&quot;&gt;SCC &amp;amp; Billing Middleware&lt;/font&gt;&lt;/h1&gt;&lt;p&gt;This layer used to validate tenant subscription metadata.&lt;/p&gt;" vertex="1">
          <mxGeometry height="94" width="180" x="396" y="4512" as="geometry" />
        </mxCell>
        <mxCell id="UOzjFvlssb82cC_UnOf5-142" parent="1" style="rounded=1;whiteSpace=wrap;html=1;" value="Liz API Gateway" vertex="1">
          <mxGeometry height="38" width="120" x="267" y="4621" as="geometry" />
        </mxCell>
      </root>
    </mxGraphModel>
  </diagram>
</mxfile>
